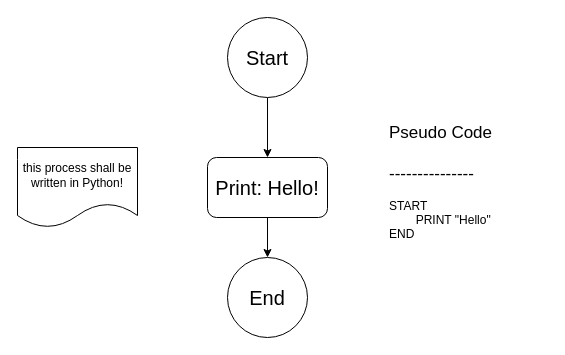
JustJ4Y/Python keeps this draw.io diagram as docs/2025-09-25 HelloWorld.drawio. Above is the earlier version. Source tidied: cells renumbered, new cells numbered last; positions are measured from the earlier drawing's top-left corner, leaving out a move shared by most shapes. Both pictures are drawn from the tidied source at 100%, with x=0, y=0 at pixel (17, 17).
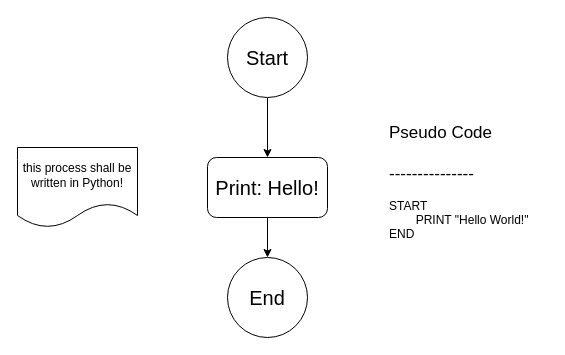
Above is the later version.

What changed in the source:
```diff
@@
 <mxGraphModel>
   <root>
     <mxCell id="0" />
     <mxCell id="1" parent="0" />
     <mxCell id="2" style="edgeStyle=orthogonalEdgeStyle;rounded=0;jettySize=auto;html=1;" parent="1" edge="1" source="3" target="5">
       <mxGeometry relative="1" as="geometry" />
     </mxCell>
     <mxCell id="3" value="&lt;font style=&quot;font-size: 20px;&quot;&gt;Start&lt;/font&gt;" style="ellipse;whiteSpace=wrap;html=1;" parent="1" vertex="1">
       <mxGeometry x="210" width="80" height="80" as="geometry" />
     </mxCell>
     <mxCell id="4" style="edgeStyle=orthogonalEdgeStyle;rounded=0;jettySize=auto;html=1;" parent="1" edge="1" source="5" target="6">
       <mxGeometry relative="1" as="geometry" />
     </mxCell>
     <mxCell id="5" value="&lt;font style=&quot;font-size: 20px;&quot;&gt;Print: Hello!&lt;/font&gt;" style="rounded=1;whiteSpace=wrap;html=1;" parent="1" vertex="1">
       <mxGeometry x="190" y="140" width="120" height="60" as="geometry" />
     </mxCell>
     <mxCell id="6" value="&lt;font style=&quot;font-size: 20px;&quot;&gt;End&lt;/font&gt;" style="ellipse;whiteSpace=wrap;html=1;rounded=1;" parent="1" vertex="1">
       <mxGeometry x="210" y="240" width="80" height="80" as="geometry" />
     </mxCell>
     <mxCell id="7" value="this process shall be written in Python!" style="shape=document;whiteSpace=wrap;html=1;boundedLbl=1;" parent="1" vertex="1">
       <mxGeometry y="130" width="120" height="80" as="geometry" />
     </mxCell>
-    <mxCell id="8" value="&lt;font style=&quot;font-size: 17px;&quot;&gt;Pseudo Code&lt;/font&gt;&lt;div&gt;&lt;font style=&quot;font-size: 17px;&quot;&gt;&lt;br&gt;&lt;/font&gt;&lt;/div&gt;&lt;div&gt;&lt;font style=&quot;font-size: 17px;&quot;&gt;---------------&lt;/font&gt;&lt;/div&gt;&lt;div&gt;&lt;br&gt;&lt;/div&gt;&lt;div&gt;START&lt;/div&gt;&lt;div&gt;&lt;span style=&quot;white-space: pre;&quot;&gt;&#9;&lt;/span&gt;PRINT &quot;Hello&quot;&lt;/div&gt;&lt;div&gt;END&lt;/div&gt;" style="text;html=1;align=left;verticalAlign=middle;strokeColor=none;fillColor=none;" parent="1" vertex="1">
-      <mxGeometry x="370" y="100" width="130" height="130" as="geometry" />
+    <mxCell id="8" value="&lt;font style=&quot;font-size: 17px;&quot;&gt;Pseudo Code&lt;/font&gt;&lt;div&gt;&lt;font style=&quot;font-size: 17px;&quot;&gt;&lt;br&gt;&lt;/font&gt;&lt;/div&gt;&lt;div&gt;&lt;font style=&quot;font-size: 17px;&quot;&gt;---------------&lt;/font&gt;&lt;/div&gt;&lt;div&gt;&lt;br&gt;&lt;/div&gt;&lt;div&gt;START&lt;/div&gt;&lt;div&gt;&lt;span style=&quot;white-space: pre;&quot;&gt;&#9;&lt;/span&gt;PRINT &quot;Hello World!&quot;&lt;/div&gt;&lt;div&gt;END&lt;/div&gt;" style="text;html=1;align=left;verticalAlign=middle;strokeColor=none;fillColor=none;" parent="1" vertex="1">
+      <mxGeometry x="370" y="100" width="160" height="130" as="geometry" />
     </mxCell>
   </root>
 </mxGraphModel>
```
